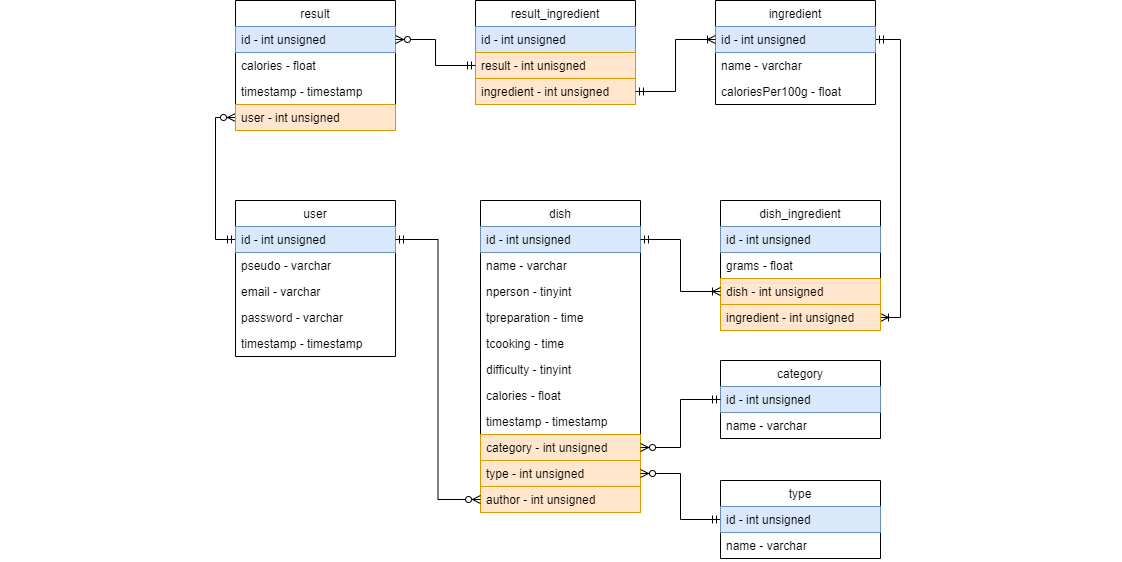
DrSouka/DishCC keeps this draw.io diagram as Documentation/mld.png. Above is the earlier version. Source tidied: cells renumbered, new cells last; positions are measured from the earlier drawing's top-left corner, leaving out a move shared by most shapes.
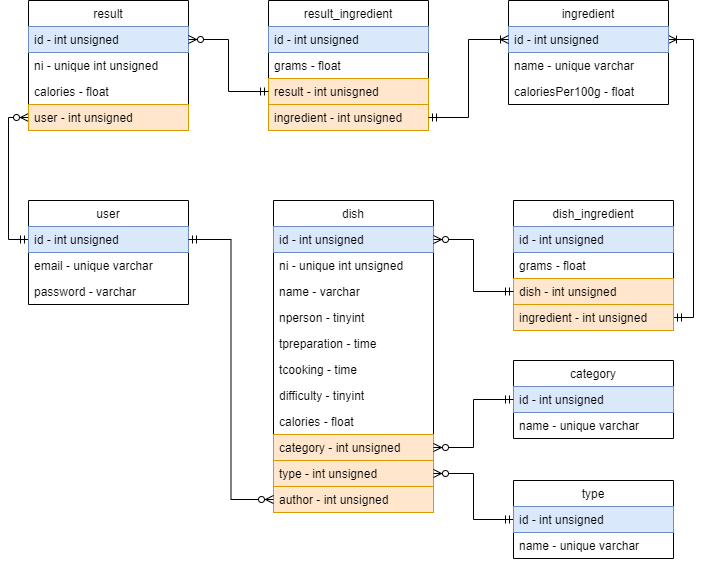
Later version of the same file.

Change to the diagram source:
```diff
@@ -3,16 +3,19 @@
     <mxCell id="0" />
     <mxCell id="1" parent="0" />
     <mxCell id="2" value="result_ingredient" style="swimlane;fontStyle=0;horizontal=1;startSize=26;fillColor=none;" parent="1" vertex="1">
-      <mxGeometry x="475" width="160" height="104" as="geometry" />
+      <mxGeometry x="475" width="160" height="130" as="geometry" />
     </mxCell>
     <mxCell id="3" value="id - int unsigned" style="text;strokeColor=#6c8ebf;fillColor=#dae8fc;align=left;verticalAlign=top;spacingLeft=4;spacingRight=4;overflow=hidden;fontColor=#000000;" parent="2" vertex="1">
       <mxGeometry y="26" width="160" height="26" as="geometry" />
     </mxCell>
+    <mxCell id="53" value="grams - float" style="text;align=left;verticalAlign=top;spacingLeft=4;spacingRight=4;overflow=hidden;" parent="2" vertex="1">
+      <mxGeometry y="52" width="160" height="26" as="geometry" />
+    </mxCell>
     <mxCell id="4" value="result - int unisgned" style="text;strokeColor=#d79b00;fillColor=#ffe6cc;align=left;verticalAlign=top;spacingLeft=4;spacingRight=4;overflow=hidden;points=[[0,0.5],[1,0.5]];portConstraint=eastwest;" parent="2" vertex="1">
-      <mxGeometry y="52" width="160" height="26" as="geometry" />
+      <mxGeometry y="78" width="160" height="26" as="geometry" />
     </mxCell>
     <mxCell id="5" value="ingredient - int unsigned" style="text;strokeColor=#d79b00;fillColor=#ffe6cc;align=left;verticalAlign=top;spacingLeft=4;spacingRight=4;overflow=hidden;points=[[0,0.5],[1,0.5]];portConstraint=eastwest;" parent="2" vertex="1">
-      <mxGeometry y="78" width="160" height="26" as="geometry" />
+      <mxGeometry y="104" width="160" height="26" as="geometry" />
     </mxCell>
     <mxCell id="6" style="edgeStyle=orthogonalEdgeStyle;rounded=0;jettySize=auto;html=1;exitX=0;exitY=0.5;exitDx=0;exitDy=0;entryX=0;entryY=0.5;entryDx=0;entryDy=0;endArrow=ERzeroToMany;endFill=1;startArrow=ERmandOne;startFill=0;" parent="1" edge="1" source="21" target="11">
       <mxGeometry relative="1" as="geometry" />
@@ -23,16 +26,16 @@
     <mxCell id="8" value="id - int unsigned" style="text;strokeColor=#6c8ebf;fillColor=#dae8fc;align=left;verticalAlign=top;spacingLeft=4;spacingRight=4;overflow=hidden;points=[[0,0.5],[1,0.5]];portConstraint=eastwest;fontColor=#000000;" parent="7" vertex="1">
       <mxGeometry y="26" width="160" height="26" as="geometry" />
     </mxCell>
+    <mxCell id="54" value="ni - unique int unsigned" style="text;strokeColor=none;fillColor=none;align=left;verticalAlign=top;spacingLeft=4;spacingRight=4;overflow=hidden;" parent="7" vertex="1">
+      <mxGeometry y="52" width="160" height="26" as="geometry" />
+    </mxCell>
     <mxCell id="9" value="calories - float" style="text;strokeColor=none;fillColor=none;align=left;verticalAlign=top;spacingLeft=4;spacingRight=4;overflow=hidden;" parent="7" vertex="1">
-      <mxGeometry y="52" width="160" height="26" as="geometry" />
+      <mxGeometry y="78" width="160" height="26" as="geometry" />
     </mxCell>
-    <mxCell id="10" value="timestamp - timestamp" style="text;strokeColor=none;fillColor=none;align=left;verticalAlign=top;spacingLeft=4;spacingRight=4;overflow=hidden;" parent="7" vertex="1">
-      <mxGeometry y="78" width="160" height="26" as="geometry" />
-    </mxCell>
     <mxCell id="11" value="user - int unsigned" style="text;strokeColor=#d79b00;fillColor=#ffe6cc;align=left;verticalAlign=top;spacingLeft=4;spacingRight=4;overflow=hidden;points=[[0,0.5],[1,0.5]];portConstraint=eastwest;" parent="7" vertex="1">
       <mxGeometry y="104" width="160" height="26" as="geometry" />
     </mxCell>
-    <mxCell id="12" style="edgeStyle=orthogonalEdgeStyle;rounded=0;jettySize=auto;html=1;exitX=1;exitY=0.5;exitDx=0;exitDy=0;entryX=1;entryY=0.5;entryDx=0;entryDy=0;startArrow=ERmandOne;startFill=0;endArrow=ERoneToMany;endFill=0;" parent="1" edge="1" source="14" target="42">
+    <mxCell id="12" style="edgeStyle=orthogonalEdgeStyle;rounded=0;jettySize=auto;html=1;exitX=1;exitY=0.5;exitDx=0;exitDy=0;entryX=1;entryY=0.5;entryDx=0;entryDy=0;startArrow=ERoneToMany;startFill=0;endArrow=ERmandOne;endFill=0;" parent="1" edge="1" source="14" target="42">
       <mxGeometry relative="1" as="geometry" />
     </mxCell>
     <mxCell id="13" value="ingredient" style="swimlane;fontStyle=0;horizontal=1;startSize=26;fillColor=none;" parent="1" vertex="1">
@@ -41,7 +44,7 @@
     <mxCell id="14" value="id - int unsigned" style="text;strokeColor=#6c8ebf;fillColor=#dae8fc;align=left;verticalAlign=top;spacingLeft=4;spacingRight=4;overflow=hidden;points=[[0,0.5],[1,0.5]];portConstraint=eastwest;" parent="13" vertex="1">
       <mxGeometry y="26" width="160" height="26" as="geometry" />
     </mxCell>
-    <mxCell id="15" value="name - varchar" style="text;strokeColor=none;fillColor=none;align=left;verticalAlign=top;spacingLeft=4;spacingRight=4;overflow=hidden;" parent="13" vertex="1">
+    <mxCell id="15" value="name - unique varchar" style="text;strokeColor=none;fillColor=none;align=left;verticalAlign=top;spacingLeft=4;spacingRight=4;overflow=hidden;" parent="13" vertex="1">
       <mxGeometry y="52" width="160" height="26" as="geometry" />
     </mxCell>
     <mxCell id="16" value="caloriesPer100g - float" style="text;strokeColor=none;fillColor=none;align=left;verticalAlign=top;spacingLeft=4;spacingRight=4;overflow=hidden;" parent="13" vertex="1">
@@ -53,54 +56,45 @@
     <mxCell id="18" style="edgeStyle=orthogonalEdgeStyle;rounded=0;jettySize=auto;html=1;exitX=0;exitY=0.5;exitDx=0;exitDy=0;entryX=1;entryY=0.5;entryDx=0;entryDy=0;startArrow=ERoneToMany;startFill=0;endArrow=ERmandOne;endFill=0;" parent="1" edge="1" source="14" target="5">
       <mxGeometry relative="1" as="geometry" />
     </mxCell>
-    <mxCell id="19" style="group;" parent="1" vertex="1">
-      <mxGeometry y="200" width="1120" height="358" as="geometry" />
-    </mxCell>
-    <mxCell id="20" value="user" style="swimlane;fontStyle=0;horizontal=1;startSize=26;fillColor=none;" parent="19" vertex="1">
-      <mxGeometry x="235" width="160" height="156" as="geometry" />
+    <mxCell id="20" value="user" style="swimlane;fontStyle=0;horizontal=1;startSize=26;fillColor=none;" parent="1" vertex="1">
+      <mxGeometry x="235" y="200" width="160" height="104" as="geometry" />
     </mxCell>
     <mxCell id="21" value="id - int unsigned" style="text;strokeColor=#6c8ebf;fillColor=#dae8fc;align=left;verticalAlign=top;spacingLeft=4;spacingRight=4;overflow=hidden;points=[[0,0.5],[1,0.5]];portConstraint=eastwest;" parent="20" vertex="1">
       <mxGeometry y="26" width="160" height="26" as="geometry" />
     </mxCell>
-    <mxCell id="22" value="pseudo - varchar" style="text;strokeColor=none;fillColor=none;align=left;verticalAlign=top;spacingLeft=4;spacingRight=4;overflow=hidden;" parent="20" vertex="1">
-      <mxGeometry y="52" width="160" height="26" as="geometry" />
-    </mxCell>
-    <mxCell id="23" value="email - varchar" style="text;strokeColor=none;fillColor=none;align=left;verticalAlign=top;spacingLeft=4;spacingRight=4;overflow=hidden;" parent="20" vertex="1">
-      <mxGeometry y="78" width="160" height="26" as="geometry" />
+    <mxCell id="23" value="email - unique varchar" style="text;strokeColor=none;fillColor=none;align=left;verticalAlign=top;spacingLeft=4;spacingRight=4;overflow=hidden;" parent="20" vertex="1">
+      <mxGeometry y="52" width="160" height="26" as="geometry" />
     </mxCell>
     <mxCell id="24" value="password - varchar" style="text;strokeColor=none;fillColor=none;align=left;verticalAlign=top;spacingLeft=4;spacingRight=4;overflow=hidden;" parent="20" vertex="1">
-      <mxGeometry y="104" width="160" height="26" as="geometry" />
+      <mxGeometry y="78" width="160" height="26" as="geometry" />
     </mxCell>
-    <mxCell id="25" value="timestamp - timestamp" style="text;strokeColor=none;fillColor=none;align=left;verticalAlign=top;spacingLeft=4;spacingRight=4;overflow=hidden;" parent="20" vertex="1">
-      <mxGeometry y="130" width="160" height="26" as="geometry" />
-    </mxCell>
-    <mxCell id="26" value="dish" style="swimlane;fontStyle=0;horizontal=1;startSize=26;fillColor=none;" parent="19" vertex="1">
-      <mxGeometry x="480" width="160" height="312" as="geometry" />
+    <mxCell id="26" value="dish" style="swimlane;fontStyle=0;horizontal=1;startSize=26;fillColor=none;" parent="1" vertex="1">
+      <mxGeometry x="480" y="200" width="160" height="312" as="geometry" />
     </mxCell>
     <mxCell id="27" value="id - int unsigned" style="text;strokeColor=#6c8ebf;fillColor=#dae8fc;align=left;verticalAlign=top;spacingLeft=4;spacingRight=4;overflow=hidden;points=[[0,0.5],[1,0.5]];portConstraint=eastwest;" parent="26" vertex="1">
       <mxGeometry y="26" width="160" height="26" as="geometry" />
     </mxCell>
+    <mxCell id="55" value="ni - unique int unsigned" style="text;strokeColor=none;fillColor=none;align=left;verticalAlign=top;spacingLeft=4;spacingRight=4;overflow=hidden;" parent="26" vertex="1">
+      <mxGeometry y="52" width="160" height="26" as="geometry" />
+    </mxCell>
     <mxCell id="28" value="name - varchar" style="text;strokeColor=none;fillColor=none;align=left;verticalAlign=top;spacingLeft=4;spacingRight=4;overflow=hidden;" parent="26" vertex="1">
-      <mxGeometry y="52" width="160" height="26" as="geometry" />
+      <mxGeometry y="78" width="160" height="26" as="geometry" />
     </mxCell>
     <mxCell id="29" value="nperson - tinyint" style="text;strokeColor=none;fillColor=none;align=left;verticalAlign=top;spacingLeft=4;spacingRight=4;overflow=hidden;" parent="26" vertex="1">
-      <mxGeometry y="78" width="160" height="26" as="geometry" />
+      <mxGeometry y="104" width="160" height="26" as="geometry" />
     </mxCell>
     <mxCell id="30" value="tpreparation - time" style="text;strokeColor=none;fillColor=none;align=left;verticalAlign=top;spacingLeft=4;spacingRight=4;overflow=hidden;" parent="26" vertex="1">
-      <mxGeometry y="104" width="160" height="26" as="geometry" />
+      <mxGeometry y="130" width="160" height="26" as="geometry" />
     </mxCell>
     <mxCell id="31" value="tcooking - time" style="text;strokeColor=none;fillColor=none;align=left;verticalAlign=top;spacingLeft=4;spacingRight=4;overflow=hidden;" parent="26" vertex="1">
-      <mxGeometry y="130" width="160" height="26" as="geometry" />
+      <mxGeometry y="156" width="160" height="26" as="geometry" />
     </mxCell>
     <mxCell id="32" value="difficulty - tinyint" style="text;strokeColor=none;fillColor=none;align=left;verticalAlign=top;spacingLeft=4;spacingRight=4;overflow=hidden;" parent="26" vertex="1">
-      <mxGeometry y="156" width="160" height="26" as="geometry" />
+      <mxGeometry y="182" width="160" height="26" as="geometry" />
     </mxCell>
     <mxCell id="33" value="calories - float" style="text;strokeColor=none;fillColor=none;align=left;verticalAlign=top;spacingLeft=4;spacingRight=4;overflow=hidden;" parent="26" vertex="1">
-      <mxGeometry y="182" width="160" height="26" as="geometry" />
+      <mxGeometry y="208" width="160" height="26" as="geometry" />
     </mxCell>
-    <mxCell id="34" value="timestamp - timestamp" style="text;strokeColor=none;fillColor=none;align=left;verticalAlign=top;spacingLeft=4;spacingRight=4;overflow=hidden;" parent="26" vertex="1">
-      <mxGeometry y="208" width="160" height="26" as="geometry" />
-    </mxCell>
     <mxCell id="35" value="category - int unsigned" style="text;strokeColor=#d79b00;fillColor=#ffe6cc;align=left;verticalAlign=top;spacingLeft=4;spacingRight=4;overflow=hidden;points=[[0,0.5],[1,0.5]];portConstraint=eastwest;" parent="26" vertex="1">
       <mxGeometry y="234" width="160" height="26" as="geometry" />
     </mxCell>
@@ -110,8 +104,8 @@
     <mxCell id="37" value="author - int unsigned" style="text;strokeColor=#d79b00;fillColor=#ffe6cc;align=left;verticalAlign=top;spacingLeft=4;spacingRight=4;overflow=hidden;points=[[0,0.5],[1,0.5]];portConstraint=eastwest;" parent="26" vertex="1">
       <mxGeometry y="286" width="160" height="26" as="geometry" />
     </mxCell>
-    <mxCell id="38" value="dish_ingredient" style="swimlane;fontStyle=0;horizontal=1;startSize=26;fillColor=none;" parent="19" vertex="1">
-      <mxGeometry x="720" width="160" height="130" as="geometry" />
+    <mxCell id="38" value="dish_ingredient" style="swimlane;fontStyle=0;horizontal=1;startSize=26;fillColor=none;" parent="1" vertex="1">
+      <mxGeometry x="720" y="200" width="160" height="130" as="geometry" />
     </mxCell>
     <mxCell id="39" value="id - int unsigned" style="text;strokeColor=#6c8ebf;fillColor=#dae8fc;align=left;verticalAlign=top;spacingLeft=4;spacingRight=4;overflow=hidden;" parent="38" vertex="1">
       <mxGeometry y="26" width="160" height="26" as="geometry" />
@@ -125,34 +119,34 @@
     <mxCell id="42" value="ingredient - int unsigned" style="text;strokeColor=#d79b00;fillColor=#ffe6cc;align=left;verticalAlign=top;spacingLeft=4;spacingRight=4;overflow=hidden;points=[[0,0.5],[1,0.5]];portConstraint=eastwest;" parent="38" vertex="1">
       <mxGeometry y="104" width="160" height="26" as="geometry" />
     </mxCell>
-    <mxCell id="43" style="edgeStyle=orthogonalEdgeStyle;rounded=0;jettySize=auto;html=1;exitX=1;exitY=0.5;exitDx=0;exitDy=0;entryX=0;entryY=0.5;entryDx=0;entryDy=0;startArrow=ERmandOne;startFill=0;endArrow=ERzeroToMany;endFill=1;" parent="19" edge="1" source="21" target="37">
+    <mxCell id="43" style="edgeStyle=orthogonalEdgeStyle;rounded=0;jettySize=auto;html=1;exitX=1;exitY=0.5;exitDx=0;exitDy=0;entryX=0;entryY=0.5;entryDx=0;entryDy=0;startArrow=ERmandOne;startFill=0;endArrow=ERzeroToMany;endFill=1;" parent="1" edge="1" source="21" target="37">
       <mxGeometry relative="1" as="geometry" />
     </mxCell>
-    <mxCell id="44" value="category" style="swimlane;fontStyle=0;horizontal=1;startSize=26;fillColor=none;" parent="19" vertex="1">
-      <mxGeometry x="720" y="160" width="160" height="78" as="geometry" />
+    <mxCell id="44" value="category" style="swimlane;fontStyle=0;horizontal=1;startSize=26;fillColor=none;" parent="1" vertex="1">
+      <mxGeometry x="720" y="360" width="160" height="78" as="geometry" />
     </mxCell>
     <mxCell id="45" value="id - int unsigned" style="text;strokeColor=#6c8ebf;fillColor=#dae8fc;align=left;verticalAlign=top;spacingLeft=4;spacingRight=4;overflow=hidden;points=[[0,0.5],[1,0.5]];portConstraint=eastwest;" parent="44" vertex="1">
       <mxGeometry y="26" width="160" height="26" as="geometry" />
     </mxCell>
-    <mxCell id="46" value="name - varchar" style="text;strokeColor=none;fillColor=none;align=left;verticalAlign=top;spacingLeft=4;spacingRight=4;overflow=hidden;" parent="44" vertex="1">
+    <mxCell id="46" value="name - unique varchar" style="text;strokeColor=none;fillColor=none;align=left;verticalAlign=top;spacingLeft=4;spacingRight=4;overflow=hidden;" parent="44" vertex="1">
       <mxGeometry y="52" width="160" height="26" as="geometry" />
     </mxCell>
-    <mxCell id="47" style="edgeStyle=orthogonalEdgeStyle;rounded=0;jettySize=auto;html=1;exitX=0;exitY=0.5;exitDx=0;exitDy=0;entryX=1;entryY=0.5;entryDx=0;entryDy=0;startArrow=ERmandOne;startFill=0;endArrow=ERzeroToMany;endFill=1;" parent="19" edge="1" source="48" target="36">
+    <mxCell id="47" style="edgeStyle=orthogonalEdgeStyle;rounded=0;jettySize=auto;html=1;exitX=0;exitY=0.5;exitDx=0;exitDy=0;entryX=1;entryY=0.5;entryDx=0;entryDy=0;startArrow=ERmandOne;startFill=0;endArrow=ERzeroToMany;endFill=1;" parent="1" edge="1" source="48" target="36">
       <mxGeometry relative="1" as="geometry" />
     </mxCell>
-    <mxCell id="48" value="type" style="swimlane;fontStyle=0;horizontal=1;startSize=26;fillColor=none;" parent="19" vertex="1">
-      <mxGeometry x="720" y="280" width="160" height="78" as="geometry" />
+    <mxCell id="48" value="type" style="swimlane;fontStyle=0;horizontal=1;startSize=26;fillColor=none;" parent="1" vertex="1">
+      <mxGeometry x="720" y="480" width="160" height="78" as="geometry" />
     </mxCell>
     <mxCell id="49" value="id - int unsigned" style="text;strokeColor=#6c8ebf;fillColor=#dae8fc;align=left;verticalAlign=top;spacingLeft=4;spacingRight=4;overflow=hidden;" parent="48" vertex="1">
       <mxGeometry y="26" width="160" height="26" as="geometry" />
     </mxCell>
-    <mxCell id="50" value="name - varchar" style="text;strokeColor=none;fillColor=none;align=left;verticalAlign=top;spacingLeft=4;spacingRight=4;overflow=hidden;" parent="48" vertex="1">
+    <mxCell id="50" value="name - unique varchar" style="text;strokeColor=none;fillColor=none;align=left;verticalAlign=top;spacingLeft=4;spacingRight=4;overflow=hidden;" parent="48" vertex="1">
       <mxGeometry y="52" width="160" height="26" as="geometry" />
     </mxCell>
-    <mxCell id="51" style="edgeStyle=orthogonalEdgeStyle;rounded=0;jettySize=auto;html=1;exitX=0;exitY=0.5;exitDx=0;exitDy=0;entryX=1;entryY=0.5;entryDx=0;entryDy=0;startArrow=ERmandOne;startFill=0;endArrow=ERzeroToMany;endFill=1;" parent="19" edge="1" source="45" target="35">
+    <mxCell id="51" style="edgeStyle=orthogonalEdgeStyle;rounded=0;jettySize=auto;html=1;exitX=0;exitY=0.5;exitDx=0;exitDy=0;entryX=1;entryY=0.5;entryDx=0;entryDy=0;startArrow=ERmandOne;startFill=0;endArrow=ERzeroToMany;endFill=1;" parent="1" edge="1" source="45" target="35">
       <mxGeometry relative="1" as="geometry" />
     </mxCell>
-    <mxCell id="52" style="edgeStyle=orthogonalEdgeStyle;rounded=0;jettySize=auto;html=1;exitX=1;exitY=0.5;exitDx=0;exitDy=0;entryX=0;entryY=0.5;entryDx=0;entryDy=0;startArrow=ERmandOne;startFill=0;endArrow=ERoneToMany;endFill=0;" parent="19" edge="1" source="27" target="41">
+    <mxCell id="52" style="edgeStyle=orthogonalEdgeStyle;rounded=0;jettySize=auto;html=1;exitX=1;exitY=0.5;exitDx=0;exitDy=0;entryX=0;entryY=0.5;entryDx=0;entryDy=0;startArrow=ERzeroToMany;startFill=1;endArrow=ERmandOne;endFill=0;" parent="1" edge="1" source="27" target="41">
       <mxGeometry relative="1" as="geometry" />
     </mxCell>
   </root>
```
